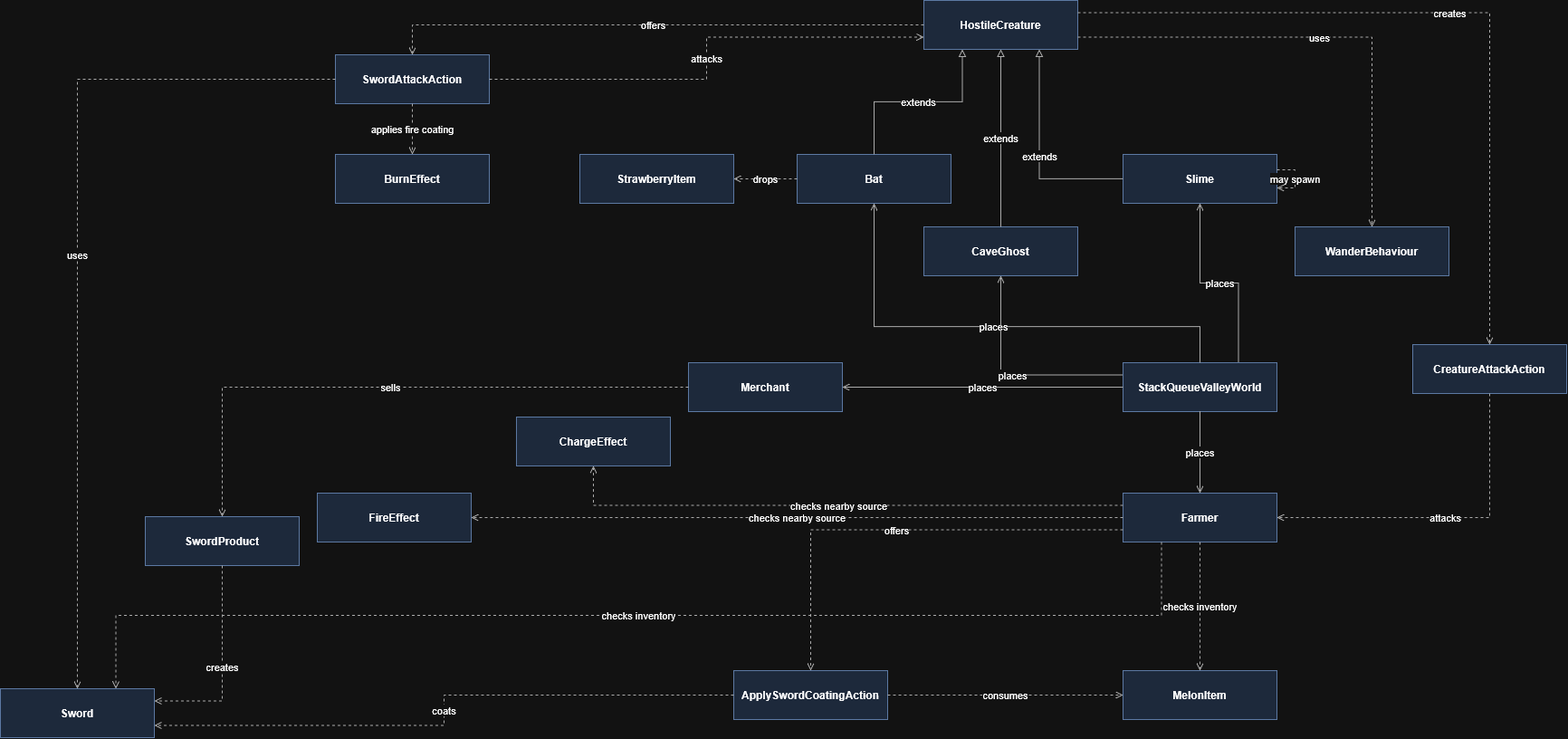
Earlier version of the draw.io export docs/design/REQ4-A2.png (light1234-hub/StackQueueValley). Source tidied: cells renumbered, new cells last; positions are measured from the earlier drawing's top-left corner, leaving out a move shared by most shapes.
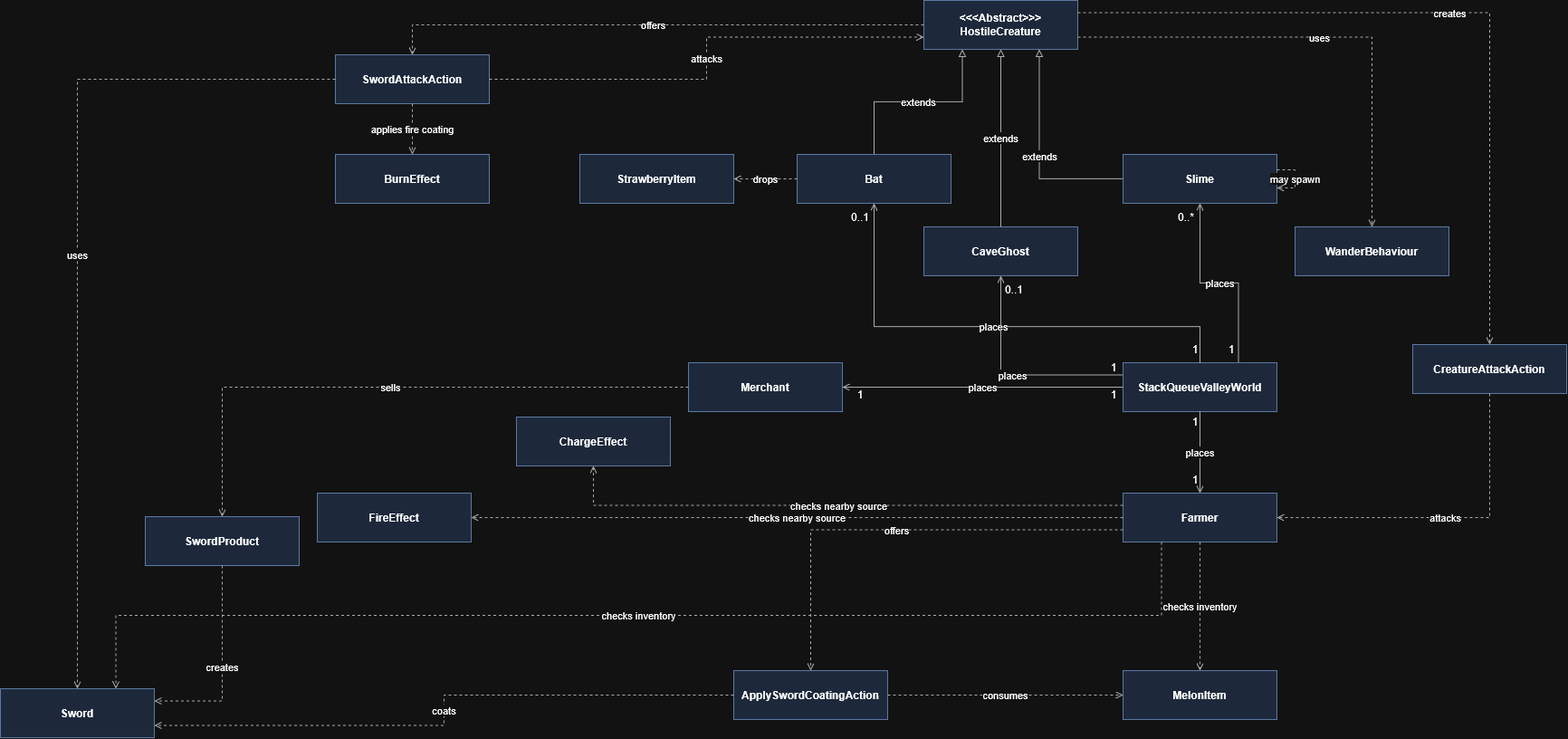
The same diagram one commit later.

Commit message:
Updated UML for REQ 4

Change to the diagram source:
```diff
@@ -11,7 +11,7 @@
     <mxCell id="4" value="Merchant" style="rounded=0;whiteSpace=wrap;html=1;align=center;verticalAlign=middle;fontStyle=1;fillColor=#dae8fc;strokeColor=#6c8ebf;" parent="1" vertex="1">
       <mxGeometry x="760" y="400" width="170" height="54" as="geometry" />
     </mxCell>
-    <mxCell id="5" value="HostileCreature" style="rounded=0;whiteSpace=wrap;html=1;align=center;verticalAlign=middle;fontStyle=1;fillColor=#dae8fc;strokeColor=#6c8ebf;" parent="1" vertex="1">
+    <mxCell id="5" value="&amp;lt;&amp;lt;&amp;lt;Abstract&amp;gt;&amp;gt;&amp;gt;&lt;div&gt;HostileCreature&lt;/div&gt;" style="rounded=0;whiteSpace=wrap;html=1;align=center;verticalAlign=middle;fontStyle=1;fillColor=#dae8fc;strokeColor=#6c8ebf;" parent="1" vertex="1">
       <mxGeometry x="1020" width="170" height="54" as="geometry" />
     </mxCell>
     <mxCell id="6" value="Bat" style="rounded=0;whiteSpace=wrap;html=1;align=center;verticalAlign=middle;fontStyle=1;fillColor=#dae8fc;strokeColor=#6c8ebf;" parent="1" vertex="1">
@@ -144,5 +144,35 @@
     <mxCell id="45" value="extends" style="edgeStyle=orthogonalEdgeStyle;rounded=0;jettySize=auto;html=1;endArrow=block;endFill=0;dashed=0;strokeColor=#4d4d4d;fontSize=11;" parent="1" edge="1" source="8" target="5">
       <mxGeometry relative="1" as="geometry" />
     </mxCell>
+    <mxCell id="46" value="1" style="text;html=1;whiteSpace=wrap;strokeColor=none;fillColor=none;align=center;verticalAlign=middle;rounded=0;" parent="1" vertex="1">
+      <mxGeometry x="1290" y="450" width="60" height="30" as="geometry" />
+    </mxCell>
+    <mxCell id="47" value="0..1" style="text;html=1;whiteSpace=wrap;strokeColor=none;fillColor=none;align=center;verticalAlign=middle;rounded=0;" parent="1" vertex="1">
+      <mxGeometry x="920" y="224" width="60" height="30" as="geometry" />
+    </mxCell>
+    <mxCell id="48" value="1" style="text;html=1;whiteSpace=wrap;strokeColor=none;fillColor=none;align=center;verticalAlign=middle;rounded=0;" parent="1" vertex="1">
+      <mxGeometry x="1290" y="514" width="60" height="30" as="geometry" />
+    </mxCell>
+    <mxCell id="49" value="1" style="text;html=1;whiteSpace=wrap;strokeColor=none;fillColor=none;align=center;verticalAlign=middle;rounded=0;" parent="1" vertex="1">
+      <mxGeometry x="1200" y="420" width="60" height="30" as="geometry" />
+    </mxCell>
+    <mxCell id="50" value="1" style="text;html=1;whiteSpace=wrap;strokeColor=none;fillColor=none;align=center;verticalAlign=middle;rounded=0;" parent="1" vertex="1">
+      <mxGeometry x="920" y="420" width="60" height="30" as="geometry" />
+    </mxCell>
+    <mxCell id="51" value="1" style="text;html=1;whiteSpace=wrap;strokeColor=none;fillColor=none;align=center;verticalAlign=middle;rounded=0;" parent="1" vertex="1">
+      <mxGeometry x="1290" y="370" width="60" height="30" as="geometry" />
+    </mxCell>
+    <mxCell id="52" value="1" style="text;html=1;whiteSpace=wrap;strokeColor=none;fillColor=none;align=center;verticalAlign=middle;rounded=0;" parent="1" vertex="1">
+      <mxGeometry x="1200" y="390" width="60" height="30" as="geometry" />
+    </mxCell>
+    <mxCell id="53" value="0..1" style="text;html=1;whiteSpace=wrap;strokeColor=none;fillColor=none;align=center;verticalAlign=middle;rounded=0;" parent="1" vertex="1">
+      <mxGeometry x="1090" y="304" width="60" height="30" as="geometry" />
+    </mxCell>
+    <mxCell id="54" value="0..*" style="text;html=1;whiteSpace=wrap;strokeColor=none;fillColor=none;align=center;verticalAlign=middle;rounded=0;" parent="1" vertex="1">
+      <mxGeometry x="1280" y="224" width="60" height="30" as="geometry" />
+    </mxCell>
+    <mxCell id="55" value="1" style="text;html=1;whiteSpace=wrap;strokeColor=none;fillColor=none;align=center;verticalAlign=middle;rounded=0;" parent="1" vertex="1">
+      <mxGeometry x="1330" y="370" width="60" height="30" as="geometry" />
+    </mxCell>
   </root>
 </mxGraphModel>
```
